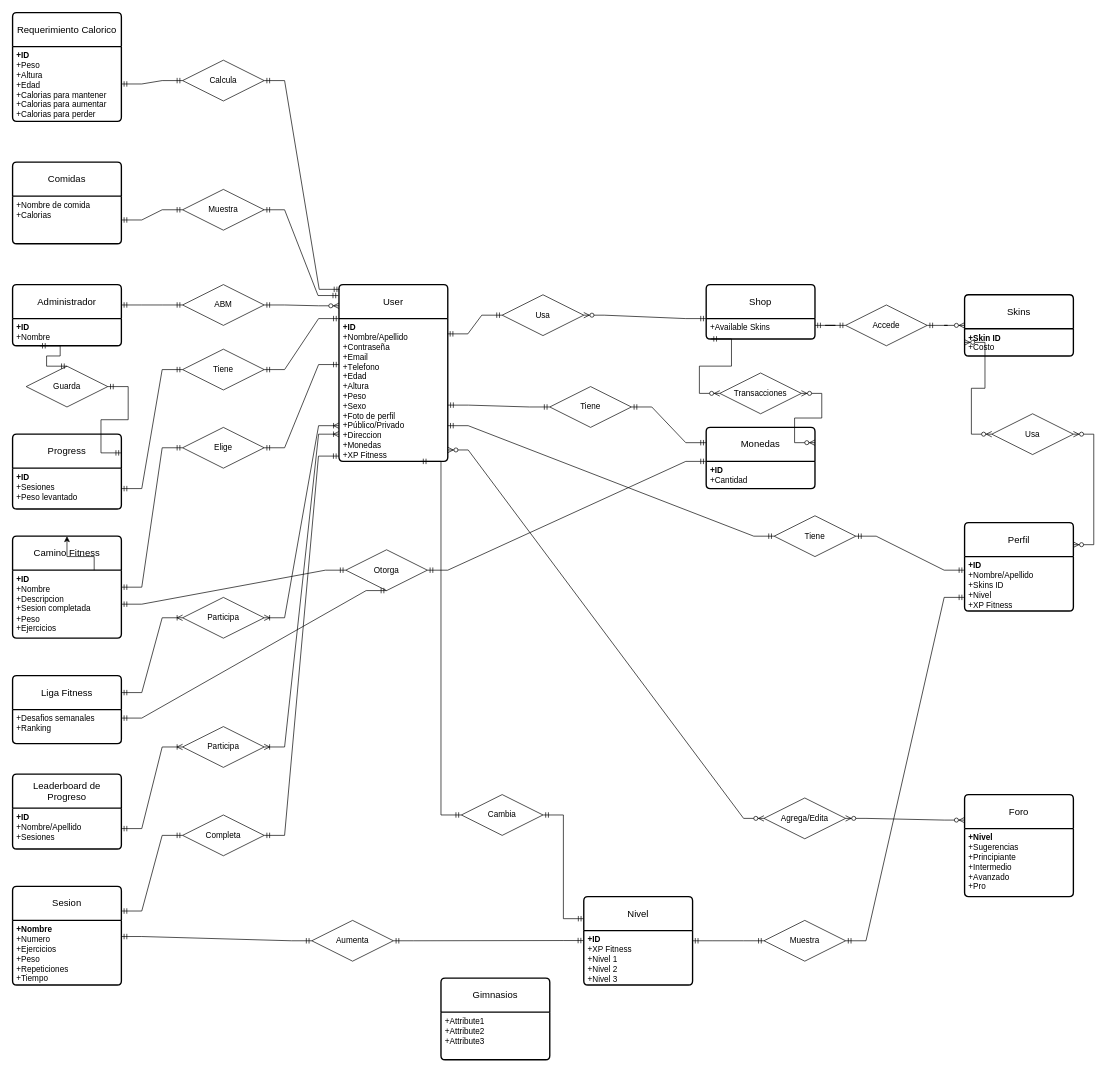
Before: TrainX.drawio in DescalzoF/TrainX, a draw.io diagram. Source tidied: cells renumbered, new cells numbered last; positions are measured from the earlier drawing's top-left corner, leaving out a move shared by most shapes. Both pictures are drawn from the tidied source at 68%, with x=0, y=0 at pixel (12, 12).
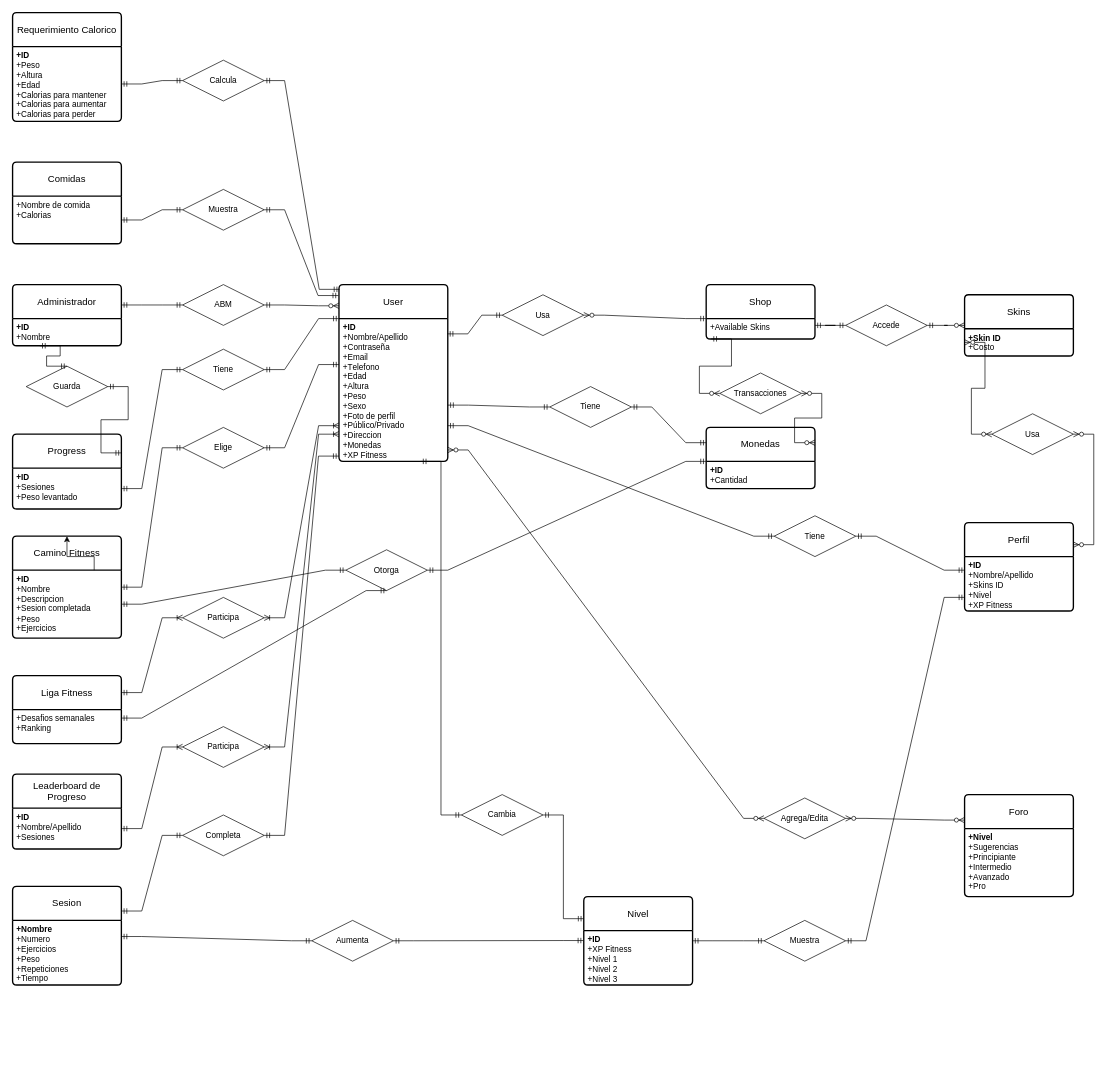
The same diagram, later.

Change to the diagram source:
```diff
@@
-    <mxCell id="28" value="Gimnasios" style="swimlane;horizontal=1;startSize=50;rounded=1;fontSize=14;fontStyle=0;strokeWidth=2;shadow=0;dashed=0;align=center;arcSize=4;whiteSpace=wrap;html=1;" parent="1" vertex="1">
-      <mxGeometry x="630" y="1420" width="160" height="120" as="geometry" />
-    </mxCell>
-    <mxCell id="29" value="+Attribute1&#10;+Attribute2&#10;+Attribute3" style="align=left;strokeColor=none;fillColor=none;spacingLeft=4;spacingRight=4;fontSize=12;verticalAlign=top;html=1;whiteSpace=wrap;" parent="28" vertex="1">
-      <mxGeometry y="50" width="160" height="70" as="geometry" />
-    </mxCell>
```
